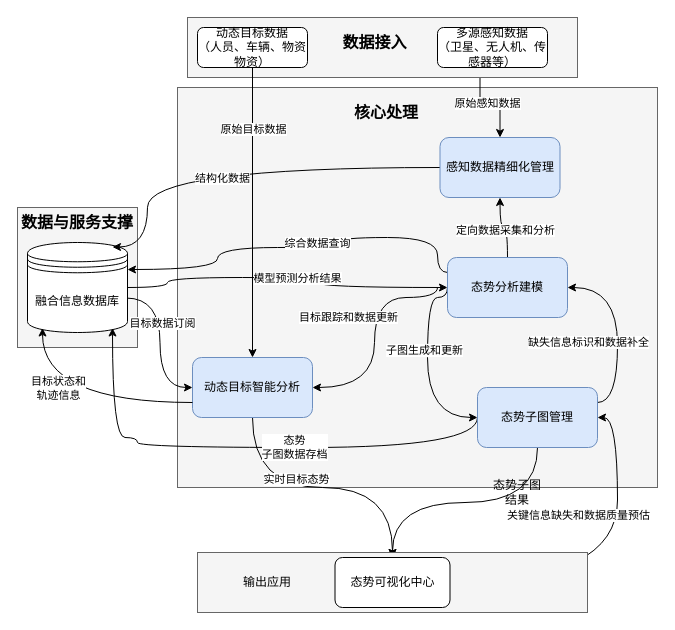
Earlier version of the draw.io diagram page "核心业务流程图" (16 of 16) of 态势感知体系图.drawio (paleblackless/diagrams). Source tidied: cells renumbered, new cells numbered last; positions are measured from the earlier drawing's top-left corner, leaving out a move shared by most shapes. Both pictures are drawn from the tidied source at 100%, with x=0, y=0 at pixel (17, 17).
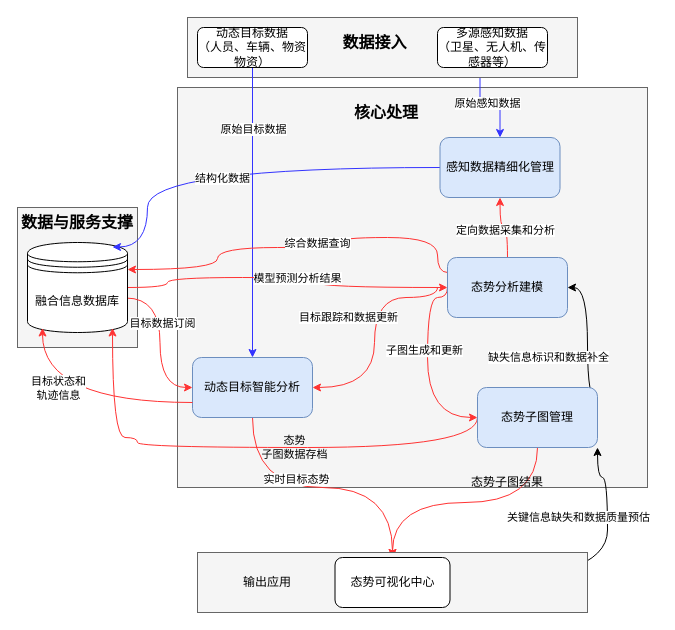
Above is the later version.

Commit message:
更新态势感知体系图.drawio

The change refers to these unchanged cells:
```xml
<mxCell id="6" style="rounded=0;whiteSpace=wrap;html=1;fillColor=#f5f5f5;fontColor=#333333;strokeColor=#666666;" parent="1" vertex="1">
  <mxGeometry x="170" width="390" height="60" as="geometry" />
</mxCell>
<mxCell id="10" value="动态目标数据&lt;br&gt;（人员、车辆、物资物资）" style="rounded=1;whiteSpace=wrap;html=1;" parent="1" vertex="1">
  <mxGeometry x="180" y="10" width="110" height="40" as="geometry" />
</mxCell>
<mxCell id="19" value="融合信息数据库" style="shape=datastore;whiteSpace=wrap;html=1;" parent="1" vertex="1">
  <mxGeometry x="10" y="225" width="100" height="90" as="geometry" />
</mxCell>
<mxCell id="23" value="动态目标智能分析" style="rounded=1;whiteSpace=wrap;html=1;fillColor=#dae8fc;strokeColor=#6c8ebf;" parent="1" vertex="1">
  <mxGeometry x="175" y="340" width="120" height="60" as="geometry" />
</mxCell>
<mxCell id="29" value="态势子图管理" style="rounded=1;whiteSpace=wrap;html=1;fillColor=#dae8fc;strokeColor=#6c8ebf;" parent="1" vertex="1">
  <mxGeometry x="460" y="370" width="120" height="60" as="geometry" />
</mxCell>
<mxCell id="32" value="感知数据精细化管理" style="rounded=1;whiteSpace=wrap;html=1;fillColor=#dae8fc;strokeColor=#6c8ebf;" parent="1" vertex="1">
  <mxGeometry x="422.5" y="120" width="120" height="60" as="geometry" />
</mxCell>
<mxCell id="41" value="态势分析建模" style="rounded=1;whiteSpace=wrap;html=1;fillColor=#dae8fc;strokeColor=#6c8ebf;" parent="1" vertex="1">
  <mxGeometry x="430" y="240" width="120" height="60" as="geometry" />
</mxCell>
<mxCell id="46" value="态势可视化中心" style="rounded=1;whiteSpace=wrap;html=1;" parent="44" vertex="1">
  <mxGeometry x="137.5" y="5" width="115" height="50" as="geometry" />
</mxCell>
```

Change to the diagram source:
```diff
@@
     <mxCell id="3" style="rounded=0;whiteSpace=wrap;html=1;fillColor=#f5f5f5;fontColor=#333333;strokeColor=#666666;" parent="1" vertex="1">
-      <mxGeometry x="160" y="70" width="480" height="400" as="geometry" />
+      <mxGeometry x="160" y="70" width="470" height="400" as="geometry" />
     </mxCell>
-    <mxCell id="4" style="edgeStyle=orthogonalEdgeStyle;rounded=0;jettySize=auto;html=1;exitX=0.75;exitY=1;exitDx=0;exitDy=0;entryX=0.5;entryY=0;entryDx=0;entryDy=0;" parent="1" edge="1" source="6" target="32">
+    <mxCell id="4" style="edgeStyle=orthogonalEdgeStyle;rounded=0;jettySize=auto;html=1;exitX=0.75;exitY=1;exitDx=0;exitDy=0;entryX=0.5;entryY=0;entryDx=0;entryDy=0;strokeColor=#3333FF;" parent="1" edge="1" source="6" target="32">
       <mxGeometry relative="1" as="geometry" />
     </mxCell>
@@
-    <mxCell id="8" style="edgeStyle=orthogonalEdgeStyle;rounded=0;jettySize=auto;html=1;" parent="1" edge="1" source="10" target="23">
+    <mxCell id="8" style="edgeStyle=orthogonalEdgeStyle;rounded=0;jettySize=auto;html=1;strokeColor=#3333FF;" parent="1" edge="1" source="10" target="23">
       <mxGeometry relative="1" as="geometry" />
     </mxCell>
@@
-    <mxCell id="13" style="edgeStyle=orthogonalEdgeStyle;rounded=0;jettySize=auto;html=1;entryX=1;entryY=0.5;entryDx=0;entryDy=0;curved=1;" parent="1" edge="1" source="46" target="29">
-      <mxGeometry relative="1" as="geometry" />
+    <mxCell id="13" style="edgeStyle=orthogonalEdgeStyle;rounded=0;jettySize=auto;html=1;entryX=1;entryY=1;entryDx=0;entryDy=0;curved=1;" parent="1" edge="1" source="46" target="29">
+      <mxGeometry relative="1" as="geometry">
+        <Array as="points">
+          <mxPoint x="590" y="565" />
+          <mxPoint x="590" y="460" />
+          <mxPoint x="580" y="460" />
+        </Array>
+      </mxGeometry>
     </mxCell>
     <mxCell id="14" value="关键信息缺失和数据质量预估" style="edgeLabel;html=1;align=center;verticalAlign=middle;" parent="13" vertex="1">
       <mxGeometry x="0.34" y="1" relative="1" as="geometry">
-        <mxPoint x="-39" y="1" as="offset" />
+        <mxPoint x="-29" y="-20" as="offset" />
       </mxGeometry>
     </mxCell>
-    <mxCell id="15" style="edgeStyle=orthogonalEdgeStyle;rounded=0;jettySize=auto;html=1;exitX=0.986;exitY=0.617;exitDx=0;exitDy=0;entryX=0;entryY=0.5;entryDx=0;entryDy=0;curved=1;exitPerimeter=0;" parent="1" edge="1" source="19" target="23">
+    <mxCell id="15" style="edgeStyle=orthogonalEdgeStyle;rounded=0;jettySize=auto;html=1;exitX=0.986;exitY=0.617;exitDx=0;exitDy=0;entryX=0;entryY=0.5;entryDx=0;entryDy=0;curved=1;exitPerimeter=0;strokeColor=#FF3333;" parent="1" edge="1" source="19" target="23">
       <mxGeometry relative="1" as="geometry" />
     </mxCell>
@@
-    <mxCell id="17" style="edgeStyle=orthogonalEdgeStyle;rounded=0;jettySize=auto;html=1;exitX=1;exitY=0.5;exitDx=0;exitDy=0;entryX=0;entryY=0.5;entryDx=0;entryDy=0;curved=1;startArrow=none;startFill=0;endArrow=classic;endFill=1;" parent="1" edge="1" source="19" target="41">
+    <mxCell id="17" style="edgeStyle=orthogonalEdgeStyle;rounded=0;jettySize=auto;html=1;exitX=1;exitY=0.5;exitDx=0;exitDy=0;entryX=0;entryY=0.5;entryDx=0;entryDy=0;curved=1;startArrow=none;startFill=0;endArrow=classic;endFill=1;strokeColor=#FF3333;" parent="1" edge="1" source="19" target="41">
       <mxGeometry relative="1" as="geometry">
         <Array as="points">
           <mxPoint x="150" y="260" />
           <mxPoint x="300" y="260" />
           <mxPoint x="300" y="270" />
         </Array>
       </mxGeometry>
     </mxCell>
@@
-    <mxCell id="21" style="edgeStyle=orthogonalEdgeStyle;rounded=0;jettySize=auto;html=1;exitX=0.5;exitY=1;exitDx=0;exitDy=0;curved=1;" parent="1" edge="1" source="23" target="46">
+    <mxCell id="21" style="edgeStyle=orthogonalEdgeStyle;rounded=0;jettySize=auto;html=1;exitX=0.5;exitY=1;exitDx=0;exitDy=0;curved=1;strokeColor=#FF3333;" parent="1" edge="1" source="23" target="46">
       <mxGeometry relative="1" as="geometry" />
     </mxCell>
@@
-    <mxCell id="24" style="edgeStyle=orthogonalEdgeStyle;rounded=0;jettySize=auto;html=1;exitX=0.5;exitY=1;exitDx=0;exitDy=0;entryX=0.5;entryY=0;entryDx=0;entryDy=0;curved=1;" parent="1" edge="1" source="29" target="46">
+    <mxCell id="24" style="edgeStyle=orthogonalEdgeStyle;rounded=0;jettySize=auto;html=1;exitX=0.5;exitY=1;exitDx=0;exitDy=0;entryX=0.5;entryY=0;entryDx=0;entryDy=0;curved=1;strokeColor=#FF3333;" parent="1" edge="1" source="29" target="46">
       <mxGeometry relative="1" as="geometry" />
     </mxCell>
     <mxCell id="25" style="edgeStyle=orthogonalEdgeStyle;rounded=0;jettySize=auto;html=1;exitX=1;exitY=0.25;exitDx=0;exitDy=0;entryX=1;entryY=0.5;entryDx=0;entryDy=0;curved=1;" parent="1" edge="1" source="29" target="41">
-      <mxGeometry relative="1" as="geometry" />
+      <mxGeometry relative="1" as="geometry">
+        <Array as="points">
+          <mxPoint x="570" y="385" />
+          <mxPoint x="570" y="270" />
+        </Array>
+      </mxGeometry>
     </mxCell>
     <mxCell id="26" value="缺失信息标识和数据补全" style="edgeLabel;html=1;align=center;verticalAlign=middle;" parent="25" vertex="1">
       <mxGeometry x="-0.04" y="4" relative="1" as="geometry">
-        <mxPoint x="-26" y="8" as="offset" />
+        <mxPoint x="-36" y="14" as="offset" />
       </mxGeometry>
     </mxCell>
-    <mxCell id="27" style="edgeStyle=orthogonalEdgeStyle;rounded=0;jettySize=auto;html=1;exitX=0;exitY=0.5;exitDx=0;exitDy=0;curved=1;entryX=0.85;entryY=0.95;entryDx=0;entryDy=0;entryPerimeter=0;" parent="1" edge="1" source="29" target="19">
+    <mxCell id="27" style="edgeStyle=orthogonalEdgeStyle;rounded=0;jettySize=auto;html=1;exitX=0;exitY=0.5;exitDx=0;exitDy=0;curved=1;entryX=0.85;entryY=0.95;entryDx=0;entryDy=0;entryPerimeter=0;strokeColor=#FF3333;" parent="1" edge="1" source="29" target="19">
       <mxGeometry relative="1" as="geometry">
         <Array as="points">
           <mxPoint x="460" y="430" />
           <mxPoint x="120" y="430" />
           <mxPoint x="120" y="420" />
           <mxPoint x="95" y="420" />
         </Array>
       </mxGeometry>
     </mxCell>
-    <mxCell id="28" value="态势&lt;div&gt;子图数据存档&lt;/div&gt;" style="edgeLabel;html=1;align=center;verticalAlign=middle;" parent="27" vertex="1">
+    <mxCell id="28" value="&lt;span&gt;态势&lt;/span&gt;&lt;div&gt;&lt;span&gt;子图数据存档&lt;/span&gt;&lt;/div&gt;" style="edgeLabel;html=1;align=center;verticalAlign=middle;labelBackgroundColor=none;" parent="27" vertex="1">
       <mxGeometry x="-0.17" y="-1" relative="1" as="geometry" />
     </mxCell>
@@
-    <mxCell id="30" style="edgeStyle=orthogonalEdgeStyle;rounded=0;jettySize=auto;html=1;exitX=0;exitY=0.5;exitDx=0;exitDy=0;curved=1;entryX=0.85;entryY=0.05;entryDx=0;entryDy=0;entryPerimeter=0;" parent="1" edge="1" source="32" target="19">
+    <mxCell id="30" style="edgeStyle=orthogonalEdgeStyle;rounded=0;jettySize=auto;html=1;exitX=0;exitY=0.5;exitDx=0;exitDy=0;curved=1;entryX=0.85;entryY=0.05;entryDx=0;entryDy=0;entryPerimeter=0;strokeColor=#3333FF;" parent="1" edge="1" source="32" target="19">
       <mxGeometry relative="1" as="geometry">
         <Array as="points">
           <mxPoint x="130" y="150" />
           <mxPoint x="130" y="229" />
         </Array>
       </mxGeometry>
     </mxCell>
@@
-    <mxCell id="33" style="edgeStyle=orthogonalEdgeStyle;rounded=0;jettySize=auto;html=1;entryX=0.5;entryY=1;entryDx=0;entryDy=0;curved=1;" parent="1" edge="1" source="41" target="32">
+    <mxCell id="33" style="edgeStyle=orthogonalEdgeStyle;rounded=0;jettySize=auto;html=1;entryX=0.5;entryY=1;entryDx=0;entryDy=0;curved=1;strokeColor=#FF3333;" parent="1" edge="1" source="41" target="32">
       <mxGeometry relative="1" as="geometry" />
     </mxCell>
@@
-    <mxCell id="35" style="edgeStyle=orthogonalEdgeStyle;rounded=0;jettySize=auto;html=1;exitX=0;exitY=0.5;exitDx=0;exitDy=0;entryX=0;entryY=0.5;entryDx=0;entryDy=0;curved=1;" parent="1" edge="1" source="41" target="29">
+    <mxCell id="35" style="edgeStyle=orthogonalEdgeStyle;rounded=0;jettySize=auto;html=1;exitX=0;exitY=0.5;exitDx=0;exitDy=0;entryX=0;entryY=0.5;entryDx=0;entryDy=0;curved=1;strokeColor=#FF3333;" parent="1" edge="1" source="41" target="29">
       <mxGeometry relative="1" as="geometry">
         <Array as="points">
           <mxPoint x="430" y="280" />
           <mxPoint x="410" y="280" />
           <mxPoint x="410" y="400" />
         </Array>
       </mxGeometry>
     </mxCell>
@@
-    <mxCell id="37" style="edgeStyle=orthogonalEdgeStyle;rounded=0;jettySize=auto;html=1;entryX=1;entryY=0.5;entryDx=0;entryDy=0;curved=1;" parent="1" edge="1" target="23">
+    <mxCell id="37" style="edgeStyle=orthogonalEdgeStyle;rounded=0;jettySize=auto;html=1;entryX=1;entryY=0.5;entryDx=0;entryDy=0;curved=1;strokeColor=#FF3333;" parent="1" edge="1" target="23">
       <mxGeometry relative="1" as="geometry">
         <mxPoint x="420" y="270" as="sourcePoint" />
         <Array as="points">
           <mxPoint x="420" y="280" />
           <mxPoint x="357" y="280" />
           <mxPoint x="357" y="370" />
         </Array>
       </mxGeometry>
     </mxCell>
@@
-    <mxCell id="39" style="edgeStyle=orthogonalEdgeStyle;rounded=0;jettySize=auto;html=1;exitX=0;exitY=0.25;exitDx=0;exitDy=0;entryX=1;entryY=0.3;entryDx=0;entryDy=0;curved=1;" parent="1" edge="1" source="41" target="19">
+    <mxCell id="39" style="edgeStyle=orthogonalEdgeStyle;rounded=0;jettySize=auto;html=1;exitX=0;exitY=0.25;exitDx=0;exitDy=0;entryX=1;entryY=0.3;entryDx=0;entryDy=0;curved=1;strokeColor=#FF3333;" parent="1" edge="1" source="41" target="19">
       <mxGeometry relative="1" as="geometry">
         <Array as="points">
           <mxPoint x="420" y="220" />
           <mxPoint x="320" y="220" />
           <mxPoint x="320" y="230" />
           <mxPoint x="200" y="230" />
           <mxPoint x="200" y="252" />
         </Array>
       </mxGeometry>
     </mxCell>
@@
     <mxCell id="43" value="态势子图结果" style="text;html=1;whiteSpace=wrap;strokeColor=none;fillColor=none;align=center;verticalAlign=middle;rounded=0;" parent="1" vertex="1">
-      <mxGeometry x="470" y="460" width="60" height="30" as="geometry" />
+      <mxGeometry x="450" y="450" width="80" height="30" as="geometry" />
     </mxCell>
@@
-    <mxCell id="48" style="edgeStyle=orthogonalEdgeStyle;rounded=0;jettySize=auto;html=1;exitX=0;exitY=0.75;exitDx=0;exitDy=0;entryX=0.15;entryY=0.95;entryDx=0;entryDy=0;entryPerimeter=0;curved=1;" parent="1" edge="1" source="23" target="19">
+    <mxCell id="48" style="edgeStyle=orthogonalEdgeStyle;rounded=0;jettySize=auto;html=1;exitX=0;exitY=0.75;exitDx=0;exitDy=0;entryX=0.15;entryY=0.95;entryDx=0;entryDy=0;entryPerimeter=0;curved=1;strokeColor=#FF3333;" parent="1" edge="1" source="23" target="19">
       <mxGeometry relative="1" as="geometry" />
     </mxCell>
```
